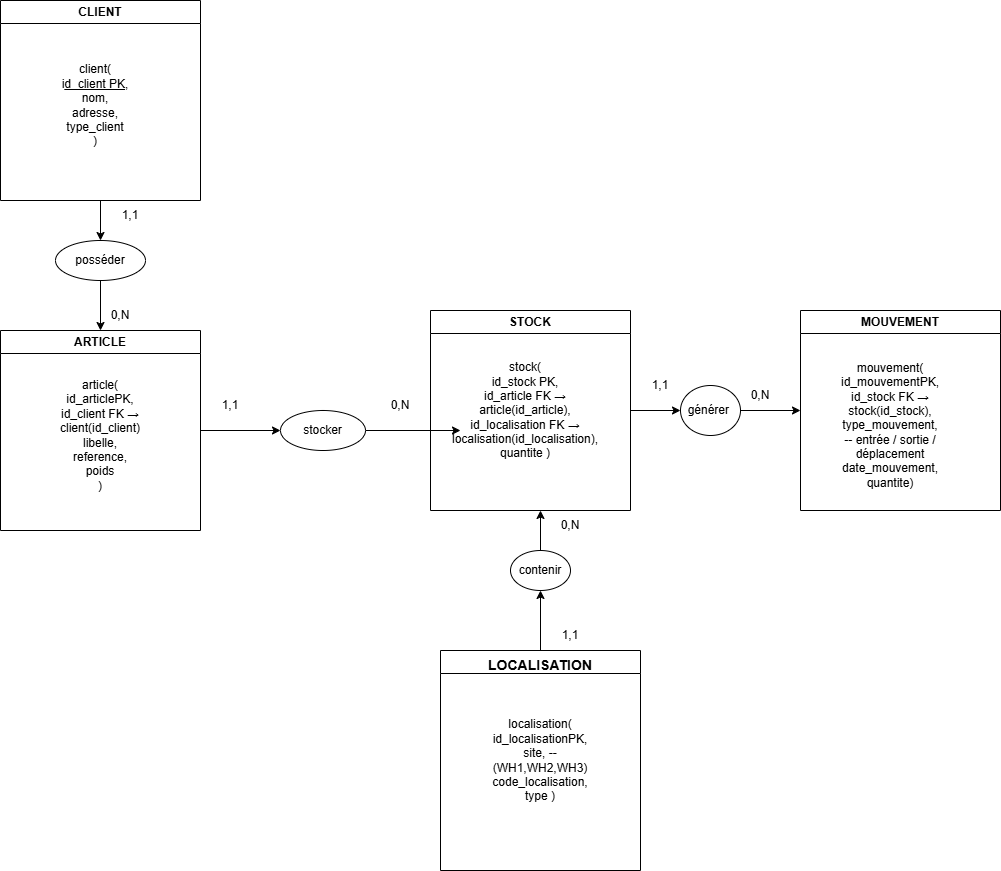
AnasElmaliki69/MSPR-3 keeps this draw.io diagram as docs/MLD.png. Above is the earlier version. Source tidied: cells renumbered, new cells last; positions are measured from the earlier drawing's top-left corner, leaving out a move shared by most shapes.
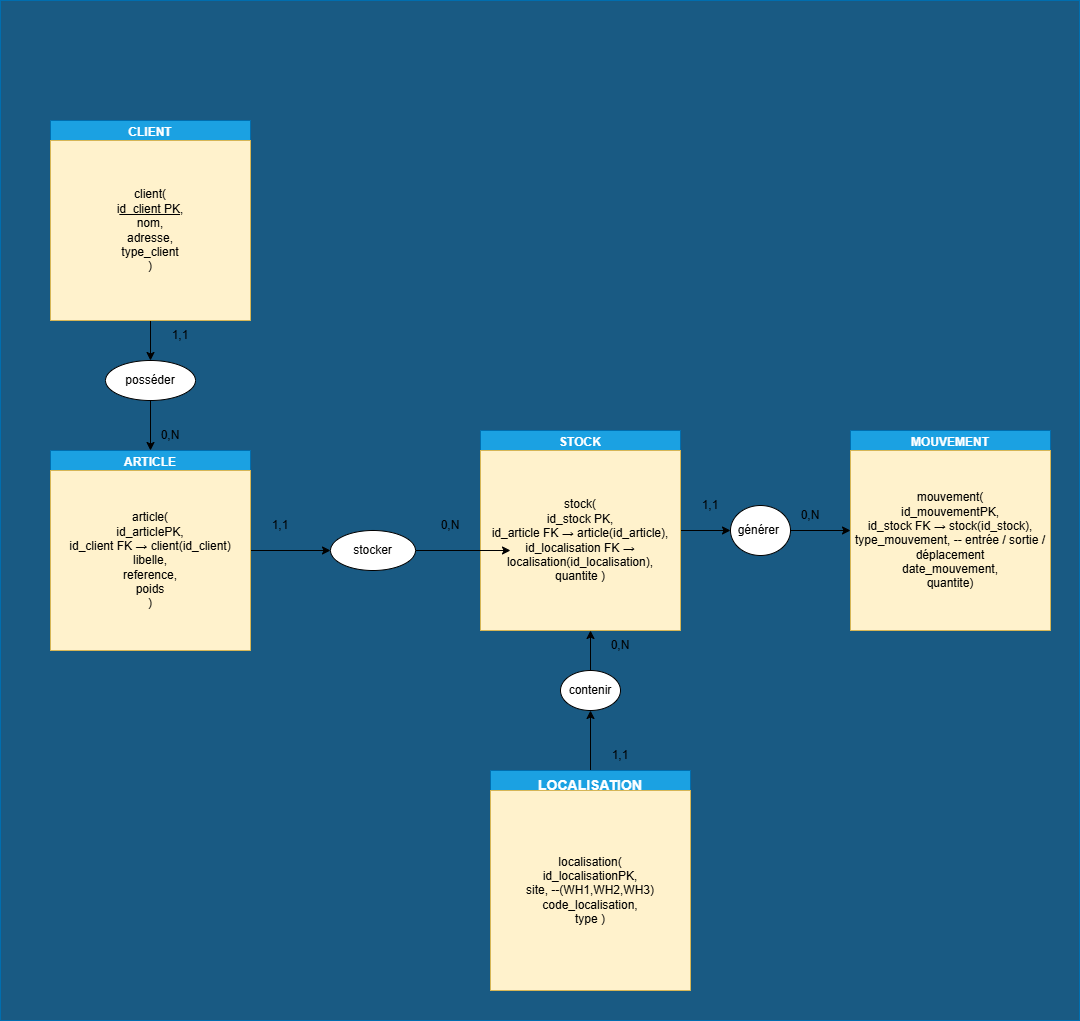
After the change.

Diff of the diagram source:
```diff
@@ -2,32 +2,35 @@
   <root>
     <mxCell id="0" />
     <mxCell id="1" parent="0" />
+    <mxCell id="32" style="rounded=0;whiteSpace=wrap;html=1;fillColor=light-dark(#195A83,#106490);strokeColor=#006EAF;fontColor=#ffffff;" parent="1" vertex="1">
+      <mxGeometry x="-50" y="-120" width="1079" height="1020" as="geometry" />
+    </mxCell>
     <mxCell id="2" style="edgeStyle=orthogonalEdgeStyle;rounded=0;jettySize=auto;html=1;exitX=0.5;exitY=1;exitDx=0;exitDy=0;entryX=0.5;entryY=0;entryDx=0;entryDy=0;" parent="1" edge="1" source="3" target="18">
       <mxGeometry relative="1" as="geometry" />
     </mxCell>
-    <mxCell id="3" value="CLIENT" style="swimlane;whiteSpace=wrap;html=1;" parent="1" vertex="1">
+    <mxCell id="3" value="CLIENT" style="swimlane;whiteSpace=wrap;html=1;fillColor=#1ba1e2;strokeColor=#006EAF;fontColor=#ffffff;" parent="1" vertex="1">
       <mxGeometry width="200" height="200" as="geometry" />
     </mxCell>
-    <mxCell id="4" value="client(&lt;br&gt;i&lt;u&gt;d_client PK&lt;/u&gt;,&lt;br&gt;nom,&lt;br&gt;adresse,&lt;br&gt;type_client&lt;br&gt;)" style="text;html=1;whiteSpace=wrap;strokeColor=none;fillColor=none;align=center;verticalAlign=middle;rounded=0;" parent="3" vertex="1">
-      <mxGeometry x="50" y="60" width="90" height="90" as="geometry" />
+    <mxCell id="4" value="client(&lt;br&gt;i&lt;u&gt;d_client PK&lt;/u&gt;,&lt;br&gt;nom,&lt;br&gt;adresse,&lt;br&gt;type_client&lt;br&gt;)" style="text;html=1;whiteSpace=wrap;strokeColor=#d6b656;fillColor=#fff2cc;align=center;verticalAlign=middle;rounded=0;" parent="3" vertex="1">
+      <mxGeometry y="20" width="200" height="180" as="geometry" />
     </mxCell>
     <mxCell id="5" style="edgeStyle=orthogonalEdgeStyle;rounded=0;jettySize=auto;html=1;exitX=1;exitY=0.5;exitDx=0;exitDy=0;entryX=0;entryY=0.5;entryDx=0;entryDy=0;" parent="1" edge="1" source="6" target="20">
       <mxGeometry relative="1" as="geometry" />
     </mxCell>
-    <mxCell id="6" value=" ARTICLE" style="swimlane;whiteSpace=wrap;html=1;" parent="1" vertex="1">
+    <mxCell id="6" value=" ARTICLE" style="swimlane;whiteSpace=wrap;html=1;fillColor=#1ba1e2;strokeColor=#006EAF;fontColor=#ffffff;" parent="1" vertex="1">
       <mxGeometry y="330" width="200" height="200" as="geometry" />
     </mxCell>
-    <mxCell id="7" value="article(&lt;br&gt;id_articlePK,&lt;br&gt;id_client FK → client(id_client)&lt;br&gt;libelle,&lt;br&gt;reference,&lt;br&gt;poids&lt;br&gt;)" style="text;html=1;whiteSpace=wrap;strokeColor=none;fillColor=none;align=center;verticalAlign=middle;rounded=0;" parent="6" vertex="1">
-      <mxGeometry x="65" y="90" width="70" height="30" as="geometry" />
+    <mxCell id="7" value="article(&lt;br&gt;id_articlePK,&lt;br&gt;id_client FK → client(id_client)&lt;br&gt;libelle,&lt;br&gt;reference,&lt;br&gt;poids&lt;br&gt;)" style="text;html=1;whiteSpace=wrap;strokeColor=#d6b656;fillColor=#fff2cc;align=center;verticalAlign=middle;rounded=0;" parent="6" vertex="1">
+      <mxGeometry y="20" width="200" height="180" as="geometry" />
     </mxCell>
     <mxCell id="8" style="edgeStyle=orthogonalEdgeStyle;rounded=0;jettySize=auto;html=1;entryX=0.5;entryY=1;entryDx=0;entryDy=0;" parent="1" edge="1" source="9" target="22">
       <mxGeometry relative="1" as="geometry" />
     </mxCell>
-    <mxCell id="9" value="&lt;h1&gt;&lt;font style=&quot;font-size: 14px;&quot;&gt;LOCALISATION&lt;/font&gt;&lt;/h1&gt;&lt;p&gt;&lt;/p&gt;" style="swimlane;whiteSpace=wrap;html=1;" parent="1" vertex="1">
+    <mxCell id="9" value="&lt;h1&gt;&lt;font style=&quot;font-size: 14px;&quot;&gt;LOCALISATION&lt;/font&gt;&lt;/h1&gt;&lt;p&gt;&lt;/p&gt;" style="swimlane;whiteSpace=wrap;html=1;fillColor=#1ba1e2;strokeColor=#006EAF;fontColor=#ffffff;" parent="1" vertex="1">
       <mxGeometry x="440" y="650" width="200" height="220" as="geometry" />
     </mxCell>
-    <mxCell id="10" value="localisation(&lt;br&gt;id_localisationPK,&lt;br&gt;site,      --(WH1,WH2,WH3)&lt;br&gt;code_localisation,&lt;br&gt;type )" style="text;html=1;whiteSpace=wrap;strokeColor=none;fillColor=none;align=center;verticalAlign=middle;rounded=0;" parent="9" vertex="1">
-      <mxGeometry x="70" y="95" width="60" height="30" as="geometry" />
+    <mxCell id="10" value="localisation(&lt;br&gt;id_localisationPK,&lt;br&gt;site,      --(WH1,WH2,WH3)&lt;br&gt;code_localisation,&lt;br&gt;type )" style="text;html=1;whiteSpace=wrap;strokeColor=#d6b656;fillColor=#fff2cc;align=center;verticalAlign=middle;rounded=0;" parent="9" vertex="1">
+      <mxGeometry y="20" width="200" height="200" as="geometry" />
     </mxCell>
     <mxCell id="11" value="1,1" style="text;html=1;whiteSpace=wrap;strokeColor=none;fillColor=none;align=center;verticalAlign=middle;rounded=0;" parent="9" vertex="1">
       <mxGeometry x="100" y="-30" width="60" height="30" as="geometry" />
@@ -35,17 +38,17 @@
     <mxCell id="12" style="edgeStyle=orthogonalEdgeStyle;rounded=0;jettySize=auto;html=1;exitX=1;exitY=0.5;exitDx=0;exitDy=0;entryX=0;entryY=0.5;entryDx=0;entryDy=0;" parent="1" edge="1" source="13" target="24">
       <mxGeometry relative="1" as="geometry" />
     </mxCell>
-    <mxCell id="13" value="STOCK" style="swimlane;whiteSpace=wrap;html=1;" parent="1" vertex="1">
+    <mxCell id="13" value="STOCK" style="swimlane;whiteSpace=wrap;html=1;fillColor=#1ba1e2;strokeColor=#006EAF;fontColor=#ffffff;" parent="1" vertex="1">
       <mxGeometry x="430" y="310" width="200" height="200" as="geometry" />
     </mxCell>
-    <mxCell id="14" value="stock(&lt;br&gt;id_stock PK,&lt;br&gt;id_article FK → article(id_article),&lt;br&gt;id_localisation FK → localisation(id_localisation),&lt;br&gt;quantite )" style="text;html=1;whiteSpace=wrap;strokeColor=none;fillColor=none;align=center;verticalAlign=middle;rounded=0;" parent="13" vertex="1">
-      <mxGeometry x="65" y="85" width="60" height="30" as="geometry" />
+    <mxCell id="14" value="stock(&lt;br&gt;id_stock PK,&lt;br&gt;id_article FK → article(id_article),&lt;br&gt;id_localisation FK → localisation(id_localisation),&lt;br&gt;quantite )" style="text;html=1;whiteSpace=wrap;strokeColor=#d6b656;fillColor=#fff2cc;align=center;verticalAlign=middle;rounded=0;" parent="13" vertex="1">
+      <mxGeometry y="20" width="200" height="180" as="geometry" />
     </mxCell>
-    <mxCell id="15" value="MOUVEMENT" style="swimlane;whiteSpace=wrap;html=1;" parent="1" vertex="1">
+    <mxCell id="15" value="MOUVEMENT" style="swimlane;whiteSpace=wrap;html=1;fillColor=#1ba1e2;strokeColor=#006EAF;fontColor=#ffffff;" parent="1" vertex="1">
       <mxGeometry x="800" y="310" width="200" height="200" as="geometry" />
     </mxCell>
-    <mxCell id="16" value="mouvement(&lt;br&gt;id_mouvementPK,&lt;br&gt;id_stock FK → stock(id_stock),&lt;br&gt;type_mouvement,   -- entrée / sortie / déplacement&lt;br&gt;date_mouvement,&lt;br&gt;quantite)" style="text;html=1;whiteSpace=wrap;strokeColor=none;fillColor=none;align=center;verticalAlign=middle;rounded=0;" parent="15" vertex="1">
-      <mxGeometry x="60" y="100" width="60" height="30" as="geometry" />
+    <mxCell id="16" value="mouvement(&lt;br&gt;id_mouvementPK,&lt;br&gt;id_stock FK → stock(id_stock),&lt;br&gt;type_mouvement,   -- entrée / sortie / déplacement&lt;br&gt;date_mouvement,&lt;br&gt;quantite)" style="text;html=1;whiteSpace=wrap;strokeColor=#d6b656;fillColor=#fff2cc;align=center;verticalAlign=middle;rounded=0;" parent="15" vertex="1">
+      <mxGeometry y="20" width="200" height="180" as="geometry" />
     </mxCell>
     <mxCell id="17" style="edgeStyle=orthogonalEdgeStyle;rounded=0;jettySize=auto;html=1;entryX=0.5;entryY=0;entryDx=0;entryDy=0;" parent="1" edge="1" source="18" target="6">
       <mxGeometry relative="1" as="geometry" />
@@ -53,19 +56,19 @@
     <mxCell id="18" value="posséder" style="ellipse;whiteSpace=wrap;html=1;" parent="1" vertex="1">
       <mxGeometry x="55" y="240" width="90" height="40" as="geometry" />
     </mxCell>
-    <mxCell id="19" style="edgeStyle=orthogonalEdgeStyle;rounded=0;jettySize=auto;html=1;" parent="1" edge="1" source="20">
-      <mxGeometry relative="1" as="geometry">
-        <mxPoint x="460" y="430" as="targetPoint" />
-      </mxGeometry>
-    </mxCell>
+    <mxCell id="33" style="edgeStyle=orthogonalEdgeStyle;rounded=0;jettySize=auto;html=1;" parent="1" edge="1" source="20">
+      <mxGeometry relative="1" as="geometry">
+        <mxPoint x="460" y="430" as="targetPoint" />
+      </mxGeometry>
+    </mxCell>
     <mxCell id="20" value="stocker" style="ellipse;whiteSpace=wrap;html=1;" parent="1" vertex="1">
       <mxGeometry x="280" y="410" width="85" height="40" as="geometry" />
     </mxCell>
-    <mxCell id="21" style="edgeStyle=orthogonalEdgeStyle;rounded=0;jettySize=auto;html=1;" parent="1" edge="1" source="22">
-      <mxGeometry relative="1" as="geometry">
-        <mxPoint x="540" y="510" as="targetPoint" />
-      </mxGeometry>
-    </mxCell>
+    <mxCell id="34" style="edgeStyle=orthogonalEdgeStyle;rounded=0;jettySize=auto;html=1;" parent="1" edge="1" source="22">
+      <mxGeometry relative="1" as="geometry">
+        <mxPoint x="540" y="510" as="targetPoint" />
+      </mxGeometry>
+    </mxCell>
     <mxCell id="22" value="contenir" style="ellipse;whiteSpace=wrap;html=1;" parent="1" vertex="1">
       <mxGeometry x="510" y="550" width="60" height="40" as="geometry" />
     </mxCell>
@@ -75,26 +78,26 @@
     <mxCell id="24" value="générer&amp;nbsp;" style="ellipse;whiteSpace=wrap;html=1;" parent="1" vertex="1">
       <mxGeometry x="680" y="385" width="60" height="50" as="geometry" />
     </mxCell>
-    <mxCell id="25" value="1,1" style="text;html=1;whiteSpace=wrap;strokeColor=none;fillColor=none;align=center;verticalAlign=middle;rounded=0;" parent="1" vertex="1">
-      <mxGeometry x="100" y="200" width="60" height="30" as="geometry" />
-    </mxCell>
-    <mxCell id="26" value="0,N" style="text;html=1;whiteSpace=wrap;strokeColor=none;fillColor=none;align=center;verticalAlign=middle;rounded=0;" parent="1" vertex="1">
-      <mxGeometry x="90" y="300" width="60" height="30" as="geometry" />
-    </mxCell>
-    <mxCell id="27" value="1,1" style="text;html=1;whiteSpace=wrap;strokeColor=none;fillColor=none;align=center;verticalAlign=middle;rounded=0;" parent="1" vertex="1">
-      <mxGeometry x="200" y="390" width="60" height="30" as="geometry" />
-    </mxCell>
-    <mxCell id="28" value="0,N" style="text;html=1;whiteSpace=wrap;strokeColor=none;fillColor=none;align=center;verticalAlign=middle;rounded=0;" parent="1" vertex="1">
-      <mxGeometry x="370" y="390" width="60" height="30" as="geometry" />
-    </mxCell>
-    <mxCell id="29" value="1,1" style="text;html=1;whiteSpace=wrap;strokeColor=none;fillColor=none;align=center;verticalAlign=middle;rounded=0;" parent="1" vertex="1">
-      <mxGeometry x="630" y="370" width="60" height="30" as="geometry" />
-    </mxCell>
-    <mxCell id="30" value="0,N" style="text;html=1;whiteSpace=wrap;strokeColor=none;fillColor=none;align=center;verticalAlign=middle;rounded=0;" parent="1" vertex="1">
-      <mxGeometry x="730" y="380" width="60" height="30" as="geometry" />
-    </mxCell>
-    <mxCell id="31" value="0,N" style="text;html=1;whiteSpace=wrap;strokeColor=none;fillColor=none;align=center;verticalAlign=middle;rounded=0;" parent="1" vertex="1">
-      <mxGeometry x="540" y="510" width="60" height="30" as="geometry" />
-    </mxCell>
+    <mxCell id="35" value="1,1" style="text;html=1;whiteSpace=wrap;strokeColor=none;fillColor=none;align=center;verticalAlign=middle;rounded=0;" parent="1" vertex="1">
+      <mxGeometry x="100" y="200" width="60" height="30" as="geometry" />
+    </mxCell>
+    <mxCell id="36" value="0,N" style="text;html=1;whiteSpace=wrap;strokeColor=none;fillColor=none;align=center;verticalAlign=middle;rounded=0;" parent="1" vertex="1">
+      <mxGeometry x="90" y="300" width="60" height="30" as="geometry" />
+    </mxCell>
+    <mxCell id="37" value="1,1" style="text;html=1;whiteSpace=wrap;strokeColor=none;fillColor=none;align=center;verticalAlign=middle;rounded=0;" parent="1" vertex="1">
+      <mxGeometry x="200" y="390" width="60" height="30" as="geometry" />
+    </mxCell>
+    <mxCell id="38" value="0,N" style="text;html=1;whiteSpace=wrap;strokeColor=none;fillColor=none;align=center;verticalAlign=middle;rounded=0;" parent="1" vertex="1">
+      <mxGeometry x="370" y="390" width="60" height="30" as="geometry" />
+    </mxCell>
+    <mxCell id="39" value="1,1" style="text;html=1;whiteSpace=wrap;strokeColor=none;fillColor=none;align=center;verticalAlign=middle;rounded=0;" parent="1" vertex="1">
+      <mxGeometry x="630" y="370" width="60" height="30" as="geometry" />
+    </mxCell>
+    <mxCell id="40" value="0,N" style="text;html=1;whiteSpace=wrap;strokeColor=none;fillColor=none;align=center;verticalAlign=middle;rounded=0;" parent="1" vertex="1">
+      <mxGeometry x="730" y="380" width="60" height="30" as="geometry" />
+    </mxCell>
+    <mxCell id="41" value="0,N" style="text;html=1;whiteSpace=wrap;strokeColor=none;fillColor=none;align=center;verticalAlign=middle;rounded=0;" parent="1" vertex="1">
+      <mxGeometry x="540" y="510" width="60" height="30" as="geometry" />
+    </mxCell>
   </root>
 </mxGraphModel>
```
